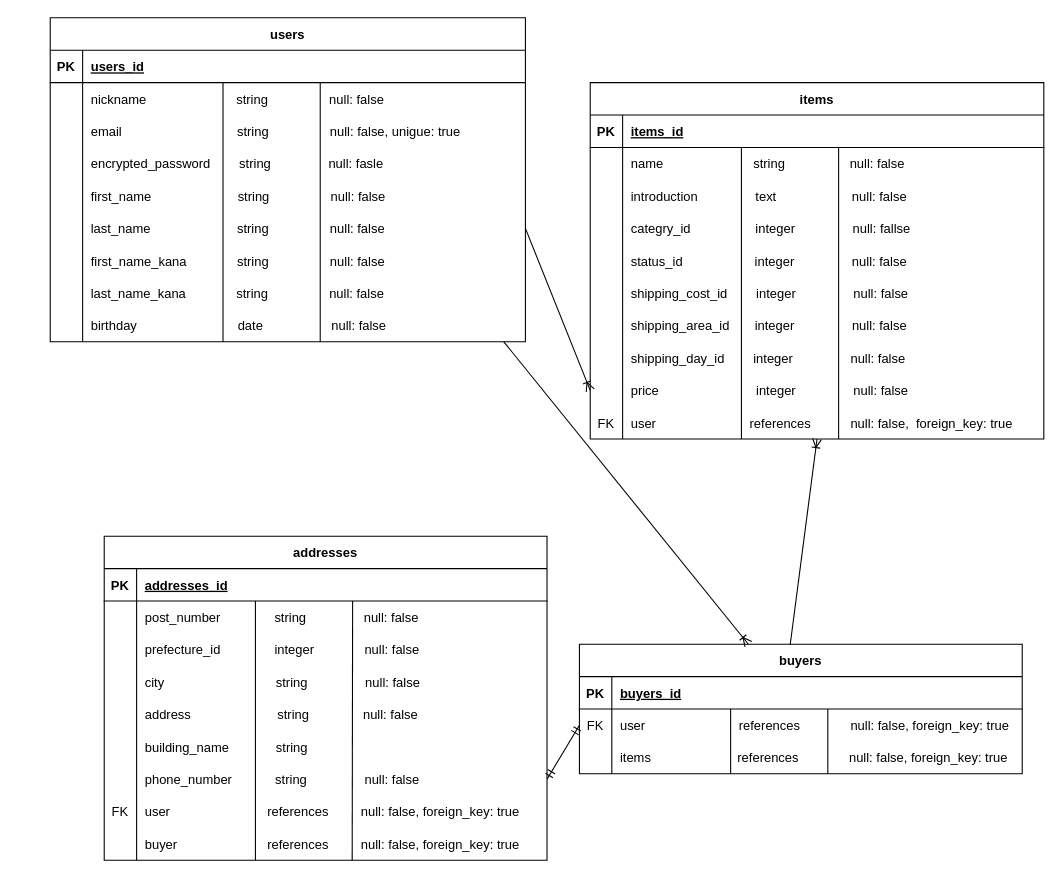
This is furima.dio from hyperwoman/furima-34325, a draw.io file, before an edit. Source tidied: cells renumbered, new cells numbered last; positions are measured from the earlier drawing's top-left corner, leaving out a move shared by most shapes. Both pictures are drawn from the tidied source at 108%, with x=0, y=0 at pixel (50, 17).
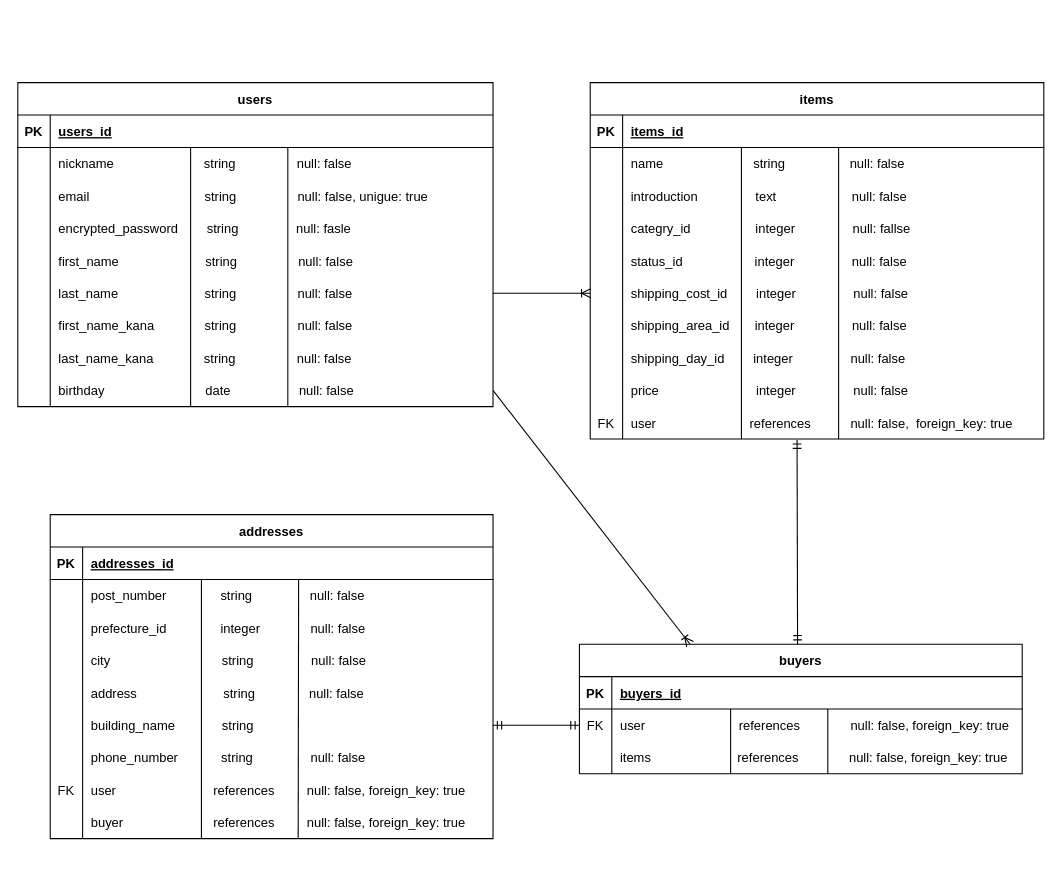
The same page after the edit.

Commit message (it also covers changes not shown here):
ER図&README修正4

The change refers to these unchanged cells:
```xml
<mxCell id="19" style="shape=partialRectangle;fillColor=none;top=0;left=0;bottom=0;right=0;points=[[0,0.5],[1,0.5]];portConstraint=eastwest;" parent="3" vertex="1">
  <mxGeometry y="180" width="440" height="30" as="geometry" />
</mxCell>
<mxCell id="28" style="shape=partialRectangle;fillColor=none;top=0;left=0;bottom=0;right=0;points=[[0,0.5],[1,0.5]];portConstraint=eastwest;" parent="3" vertex="1">
  <mxGeometry y="270" width="440" height="30" as="geometry" />
</mxCell>
<mxCell id="34" value="items" style="shape=table;startSize=30;childLayout=tableLayout;rowLines=0;fontStyle=1;align=center;" parent="1" vertex="1">
  <mxGeometry x="500" y="60" width="420" height="330" as="geometry" />
</mxCell>
<mxCell id="50" style="shape=partialRectangle;fillColor=none;top=0;left=0;bottom=0;right=0;points=[[0,0.5],[1,0.5]];portConstraint=eastwest;" parent="34" vertex="1">
  <mxGeometry y="180" width="420" height="30" as="geometry" />
</mxCell>
<mxCell id="59" style="shape=partialRectangle;fillColor=none;top=0;left=0;bottom=0;right=0;points=[[0,0.5],[1,0.5]];portConstraint=eastwest;" parent="34" vertex="1">
  <mxGeometry y="270" width="420" height="30" as="geometry" />
</mxCell>
<mxCell id="62" style="shape=partialRectangle;fillColor=none;top=0;left=0;bottom=0;right=0;points=[[0,0.5],[1,0.5]];portConstraint=eastwest;" parent="34" vertex="1">
  <mxGeometry y="300" width="420" height="30" as="geometry" />
</mxCell>
<mxCell id="67" value="buyers" style="shape=table;startSize=30;childLayout=tableLayout;rowLines=0;fontStyle=1;align=center;" parent="1" vertex="1">
  <mxGeometry x="490" y="580" width="410" height="120" as="geometry" />
</mxCell>
<mxCell id="71" style="shape=partialRectangle;fillColor=none;top=0;left=0;bottom=0;right=0;points=[[0,0.5],[1,0.5]];portConstraint=eastwest;" parent="67" vertex="1">
  <mxGeometry y="60" width="410" height="30" as="geometry" />
</mxCell>
<mxCell id="96" style="shape=partialRectangle;fillColor=none;top=0;left=0;bottom=0;right=0;points=[[0,0.5],[1,0.5]];portConstraint=eastwest;" parent="80" vertex="1">
  <mxGeometry y="180" width="410" height="30" as="geometry" />
</mxCell>
<mxCell id="99" style="shape=partialRectangle;fillColor=none;top=0;left=0;bottom=0;right=0;points=[[0,0.5],[1,0.5]];portConstraint=eastwest;" parent="80" vertex="1">
  <mxGeometry y="210" width="410" height="30" as="geometry" />
</mxCell>
```

Change to the diagram source:
```diff
@@
-    <mxCell id="2" style="fontSize=12;html=1;endArrow=ERoneToMany;exitX=1;exitY=0.5;exitDx=0;exitDy=0;entryX=0;entryY=0.5;entryDx=0;entryDy=0;" parent="1" edge="1" source="19" target="59">
+    <mxCell id="2" style="fontSize=12;html=1;endArrow=ERoneToMany;exitX=1;exitY=0.5;exitDx=0;exitDy=0;entryX=0;entryY=0.5;entryDx=0;entryDy=0;" parent="1" edge="1" source="19" target="50">
       <mxGeometry relative="1" as="geometry" />
     </mxCell>
     <mxCell id="3" value="users" style="shape=table;startSize=30;childLayout=tableLayout;rowLines=0;fontStyle=1;align=center;" parent="1" vertex="1">
-      <mxGeometry width="440" height="300" as="geometry" />
+      <mxGeometry x="-30" y="60" width="440" height="300" as="geometry" />
     </mxCell>
@@
     <mxCell id="31" style="endArrow=none;html=1;entryX=0;entryY=0;entryDx=0;entryDy=0;" parent="1" edge="1">
       <mxGeometry relative="1" as="geometry">
-        <mxPoint x="160" y="300" as="sourcePoint" />
-        <mxPoint x="160" y="60" as="targetPoint" />
+        <mxPoint x="130" y="360" as="sourcePoint" />
+        <mxPoint x="130" y="120" as="targetPoint" />
       </mxGeometry>
     </mxCell>
@@
     <mxCell id="33" style="endArrow=none;html=1;" parent="1" edge="1">
       <mxGeometry relative="1" as="geometry">
-        <mxPoint x="250" y="300" as="sourcePoint" />
-        <mxPoint x="250" y="60" as="targetPoint" />
+        <mxPoint x="220" y="360" as="sourcePoint" />
+        <mxPoint x="220" y="120" as="targetPoint" />
       </mxGeometry>
     </mxCell>
@@
     <mxCell id="80" value="addresses" style="shape=table;startSize=30;childLayout=tableLayout;rowLines=0;fontStyle=1;align=center;" parent="1" vertex="1">
-      <mxGeometry x="50" y="480" width="410" height="300" as="geometry" />
+      <mxGeometry y="460" width="410" height="300" as="geometry" />
     </mxCell>
@@
     <mxCell id="109" style="endArrow=none;html=1;" parent="1" edge="1">
       <mxGeometry relative="1" as="geometry">
-        <mxPoint x="190" y="780" as="sourcePoint" />
-        <mxPoint x="190" y="540" as="targetPoint" />
+        <mxPoint x="140" y="760" as="sourcePoint" />
+        <mxPoint x="140" y="520" as="targetPoint" />
       </mxGeometry>
     </mxCell>
@@
-    <mxCell id="112" style="fontSize=12;html=1;endArrow=ERoneToMany;exitX=0.476;exitY=0.004;exitDx=0;exitDy=0;exitPerimeter=0;entryX=0.5;entryY=1;entryDx=0;entryDy=0;" parent="1" edge="1" source="67" target="34">
-      <mxGeometry relative="1" as="geometry" />
-    </mxCell>
-    <mxCell id="113" style="fontSize=12;html=1;endArrow=ERmandOne;startArrow=ERmandOne;entryX=1;entryY=0.5;entryDx=0;entryDy=0;exitX=0;exitY=0.5;exitDx=0;exitDy=0;" parent="1" edge="1" source="71" target="99">
+    <mxCell id="113" style="fontSize=12;html=1;endArrow=ERmandOne;startArrow=ERmandOne;entryX=1;entryY=0.5;entryDx=0;entryDy=0;exitX=0;exitY=0.5;exitDx=0;exitDy=0;" parent="1" edge="1" source="71" target="96">
       <mxGeometry relative="1" as="geometry" />
     </mxCell>
-    <mxCell id="114" style="fontSize=12;html=1;endArrow=ERoneToMany;exitX=1;exitY=0.5;exitDx=0;exitDy=0;" parent="1" edge="1" target="67">
-      <mxGeometry relative="1" as="geometry">
-        <mxPoint x="420" y="300" as="sourcePoint" />
-      </mxGeometry>
+    <mxCell id="114" style="fontSize=12;html=1;endArrow=ERoneToMany;exitX=1;exitY=0.5;exitDx=0;exitDy=0;entryX=0.25;entryY=0;entryDx=0;entryDy=0;" parent="1" edge="1" source="28" target="67">
+      <mxGeometry relative="1" as="geometry" />
     </mxCell>
+    <mxCell id="115" style="fontSize=12;html=1;endArrow=ERmandOne;startArrow=ERmandOne;entryX=0.456;entryY=1.022;entryDx=0;entryDy=0;entryPerimeter=0;" parent="1" edge="1" target="62">
+      <mxGeometry relative="1" as="geometry">
+        <mxPoint x="692" y="580" as="sourcePoint" />
+      </mxGeometry>
+    </mxCell>
```
